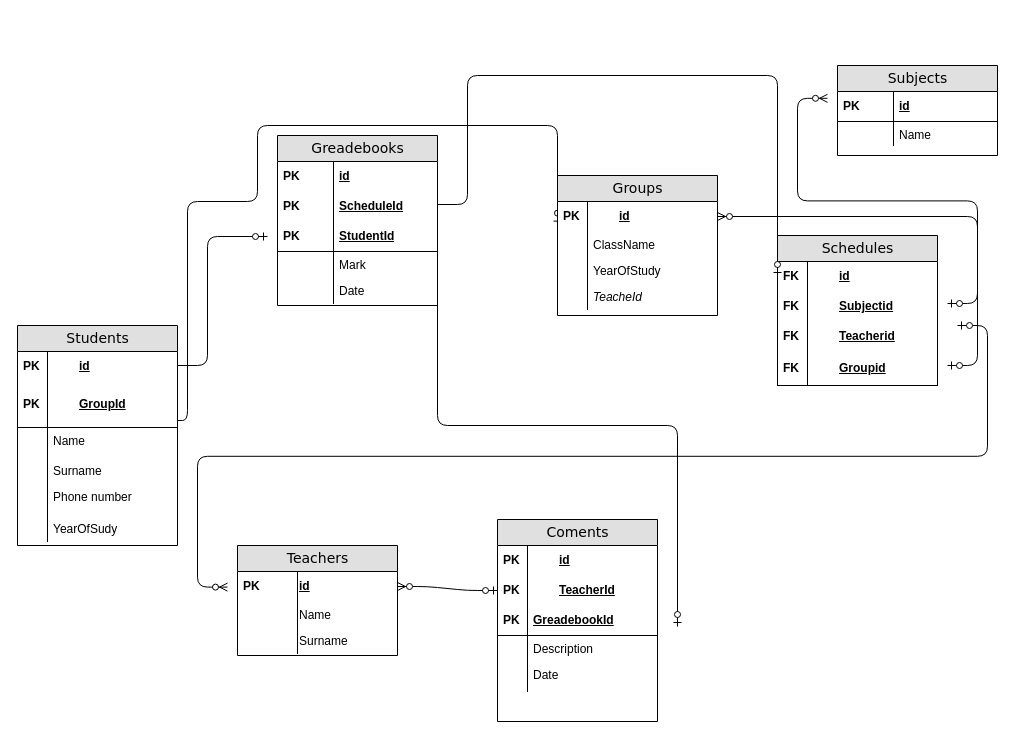
Above: Untitled Diagram.drawio in bilenkobogdan1/-Cisco (draw.io), before the change. Source tidied: cells renumbered, new cells numbered last; positions are measured from the earlier drawing's top-left corner, leaving out a move shared by most shapes. Both pictures are drawn from the tidied source at 100%, with x=0, y=0 at pixel (17, 65).
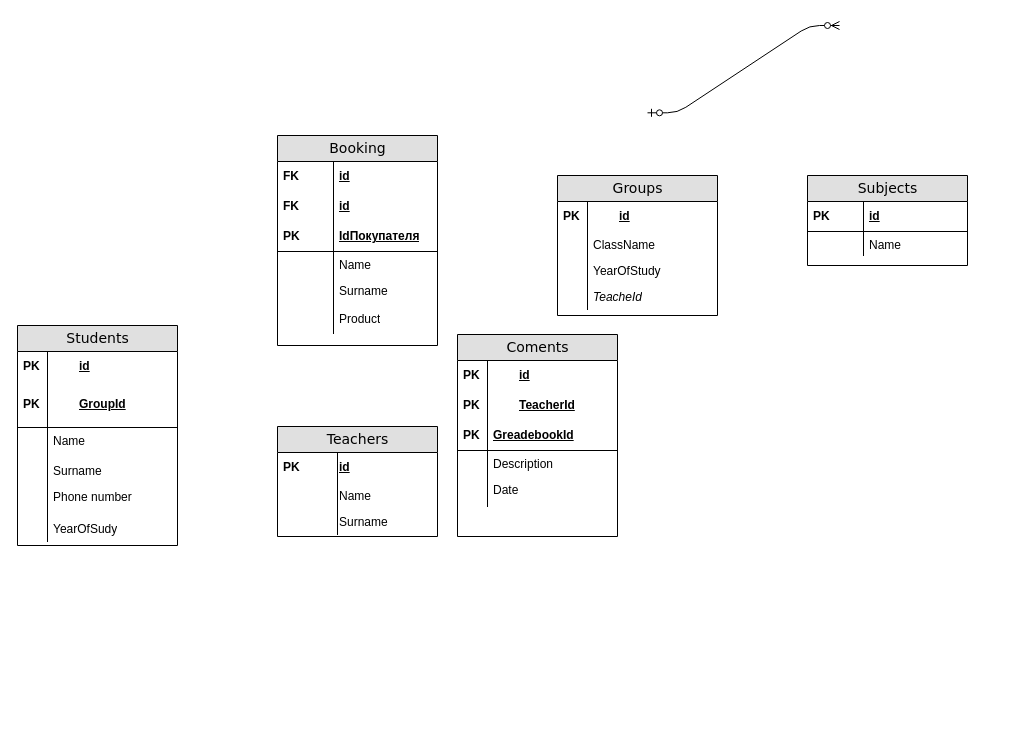
Above is the later version.

The change refers to these unchanged cells:
```xml
<mxCell id="3" value="id" style="shape=partialRectangle;top=0;left=0;right=0;bottom=0;html=1;align=left;verticalAlign=middle;fillColor=none;spacingLeft=60;spacingRight=4;whiteSpace=wrap;overflow=hidden;fontStyle=5;" parent="2" vertex="1">
  <mxGeometry y="26" width="160" height="30" as="geometry" />
</mxCell>
<mxCell id="15" value="id" style="shape=partialRectangle;top=0;left=0;right=0;bottom=0;html=1;align=left;verticalAlign=middle;fillColor=none;spacingLeft=60;spacingRight=4;whiteSpace=wrap;overflow=hidden;points=[[0,0.5],[1,0.5]];portConstraint=eastwest;fontStyle=5;" parent="14" vertex="1">
  <mxGeometry y="26" width="160" height="30" as="geometry" />
</mxCell>
<mxCell id="28" value="TeacherId" style="shape=partialRectangle;top=0;left=0;right=0;bottom=0;html=1;align=left;verticalAlign=middle;fillColor=none;spacingLeft=60;spacingRight=4;whiteSpace=wrap;overflow=hidden;points=[[0,0.5],[1,0.5]];portConstraint=eastwest;fontStyle=5;" parent="25" vertex="1">
  <mxGeometry y="56" width="160" height="30" as="geometry" />
</mxCell>
<mxCell id="37" value="id" style="shape=partialRectangle;top=0;left=0;right=0;bottom=0;html=1;align=left;verticalAlign=middle;fillColor=none;spacingLeft=60;spacingRight=4;whiteSpace=wrap;overflow=hidden;points=[[0,0.5],[1,0.5]];portConstraint=eastwest;fontStyle=5;" parent="36" vertex="1">
  <mxGeometry y="26" width="160" height="30" as="geometry" />
</mxCell>
<mxCell id="44" value="id" style="shape=partialRectangle;top=0;left=0;right=0;bottom=0;html=1;align=left;verticalAlign=middle;fillColor=none;spacingLeft=60;spacingRight=4;whiteSpace=wrap;overflow=hidden;points=[[0,0.5],[1,0.5]];portConstraint=eastwest;fontStyle=5;" parent="43" vertex="1">
  <mxGeometry y="26" width="160" height="30" as="geometry" />
</mxCell>
```

What changed in the source:
```diff
@@
-    <mxCell id="2" value="Greadebooks" style="swimlane;html=1;fontStyle=0;horizontal=1;startSize=26;fillColor=#e0e0e0;swimlaneFillColor=#ffffff;align=center;rounded=0;shadow=0;comic=0;labelBackgroundColor=none;strokeWidth=1;fontFamily=Verdana;fontSize=14;" parent="1" vertex="1">
-      <mxGeometry x="260" y="70" width="160" height="170" as="geometry" />
+    <mxCell id="2" value="Booking" style="swimlane;html=1;fontStyle=0;horizontal=1;startSize=26;fillColor=#e0e0e0;swimlaneFillColor=#ffffff;align=center;rounded=0;shadow=0;comic=0;labelBackgroundColor=none;strokeWidth=1;fontFamily=Verdana;fontSize=14;" parent="1" vertex="1">
+      <mxGeometry x="260" y="70" width="160" height="210" as="geometry" />
     </mxCell>
@@
-    <mxCell id="4" value="PK" style="shape=partialRectangle;fontStyle=1;top=0;left=0;bottom=0;html=1;fillColor=none;align=left;verticalAlign=middle;spacingLeft=4;spacingRight=4;whiteSpace=wrap;overflow=hidden;" parent="3" vertex="1">
+    <mxCell id="4" value="FK" style="shape=partialRectangle;fontStyle=1;top=0;left=0;bottom=0;html=1;fillColor=none;align=left;verticalAlign=middle;spacingLeft=4;spacingRight=4;whiteSpace=wrap;overflow=hidden;" parent="3" vertex="1">
       <mxGeometry width="56" height="30" as="geometry" />
     </mxCell>
-    <mxCell id="5" value="ScheduleId" style="shape=partialRectangle;top=0;left=0;right=0;bottom=0;html=1;align=left;verticalAlign=middle;fillColor=none;spacingLeft=60;spacingRight=4;whiteSpace=wrap;overflow=hidden;fontStyle=5;" parent="2" vertex="1">
+    <mxCell id="5" value="id" style="shape=partialRectangle;top=0;left=0;right=0;bottom=0;html=1;align=left;verticalAlign=middle;fillColor=none;spacingLeft=60;spacingRight=4;whiteSpace=wrap;overflow=hidden;fontStyle=5;" parent="2" vertex="1">
       <mxGeometry y="56" width="160" height="30" as="geometry" />
     </mxCell>
-    <mxCell id="6" value="PK" style="shape=partialRectangle;fontStyle=1;top=0;left=0;bottom=0;html=1;fillColor=none;align=left;verticalAlign=middle;spacingLeft=4;spacingRight=4;whiteSpace=wrap;overflow=hidden;" parent="5" vertex="1">
+    <mxCell id="6" value="FK" style="shape=partialRectangle;fontStyle=1;top=0;left=0;bottom=0;html=1;fillColor=none;align=left;verticalAlign=middle;spacingLeft=4;spacingRight=4;whiteSpace=wrap;overflow=hidden;" parent="5" vertex="1">
       <mxGeometry width="56" height="30" as="geometry" />
     </mxCell>
-    <mxCell id="7" style="edgeStyle=orthogonalEdgeStyle;html=1;endArrow=ERzeroToOne;endFill=1;labelBackgroundColor=none;fontFamily=Verdana;fontSize=14;entryX=0;entryY=0.787;entryDx=0;entryDy=0;entryPerimeter=0;" parent="2" edge="1" target="15">
-      <mxGeometry relative="1" as="geometry">
-        <mxPoint x="-100" y="285" as="sourcePoint" />
-        <Array as="points">
-          <mxPoint x="-90" y="285" />
-          <mxPoint x="-90" y="66" />
-          <mxPoint x="-20" y="66" />
-          <mxPoint x="-20" y="-10" />
-          <mxPoint x="280" y="-10" />
-        </Array>
-      </mxGeometry>
-    </mxCell>
-    <mxCell id="8" value="StudentId" style="shape=partialRectangle;top=0;left=0;right=0;bottom=1;html=1;align=left;verticalAlign=middle;fillColor=none;spacingLeft=60;spacingRight=4;whiteSpace=wrap;overflow=hidden;fontStyle=5;" parent="2" vertex="1">
+    <mxCell id="8" value="IdПокупателя" style="shape=partialRectangle;top=0;left=0;right=0;bottom=1;html=1;align=left;verticalAlign=middle;fillColor=none;spacingLeft=60;spacingRight=4;whiteSpace=wrap;overflow=hidden;fontStyle=5;" parent="2" vertex="1">
       <mxGeometry y="86" width="160" height="30" as="geometry" />
     </mxCell>
@@
-    <mxCell id="10" value="Mark" style="shape=partialRectangle;top=0;left=0;right=0;bottom=0;html=1;align=left;verticalAlign=top;fillColor=none;spacingLeft=60;spacingRight=4;whiteSpace=wrap;overflow=hidden;" parent="2" vertex="1">
+    <mxCell id="10" value="Name" style="shape=partialRectangle;top=0;left=0;right=0;bottom=0;html=1;align=left;verticalAlign=top;fillColor=none;spacingLeft=60;spacingRight=4;whiteSpace=wrap;overflow=hidden;" parent="2" vertex="1">
       <mxGeometry y="116" width="160" height="26" as="geometry" />
     </mxCell>
@@
-    <mxCell id="12" value="Date" style="shape=partialRectangle;top=0;left=0;right=0;bottom=0;html=1;align=left;verticalAlign=top;fillColor=none;spacingLeft=60;spacingRight=4;whiteSpace=wrap;overflow=hidden;" parent="2" vertex="1">
-      <mxGeometry y="142" width="160" height="26" as="geometry" />
+    <mxCell id="12" value="Surname" style="shape=partialRectangle;top=0;left=0;right=0;bottom=0;html=1;align=left;verticalAlign=top;fillColor=none;spacingLeft=60;spacingRight=4;whiteSpace=wrap;overflow=hidden;" parent="2" vertex="1">
+      <mxGeometry y="142" width="160" height="28" as="geometry" />
     </mxCell>
     <mxCell id="13" style="shape=partialRectangle;top=0;left=0;bottom=0;html=1;fillColor=none;align=left;verticalAlign=top;spacingLeft=4;spacingRight=4;whiteSpace=wrap;overflow=hidden;" parent="12" vertex="1">
-      <mxGeometry width="56" height="26" as="geometry" />
+      <mxGeometry width="56" height="28" as="geometry" />
     </mxCell>
+    <mxCell id="77" value="Product" style="shape=partialRectangle;top=0;left=0;right=0;bottom=0;html=1;align=left;verticalAlign=top;fillColor=none;spacingLeft=60;spacingRight=4;whiteSpace=wrap;overflow=hidden;" parent="2" vertex="1">
+      <mxGeometry y="170" width="160" height="28" as="geometry" />
+    </mxCell>
+    <mxCell id="78" style="shape=partialRectangle;top=0;left=0;bottom=0;html=1;fillColor=none;align=left;verticalAlign=top;spacingLeft=4;spacingRight=4;whiteSpace=wrap;overflow=hidden;" parent="77" vertex="1">
+      <mxGeometry width="56" height="28" as="geometry" />
+    </mxCell>
@@
     <mxCell id="25" value="Coments" style="swimlane;html=1;fontStyle=0;horizontal=1;startSize=26;fillColor=#e0e0e0;swimlaneFillColor=#ffffff;align=center;rounded=0;shadow=0;comic=0;labelBackgroundColor=none;strokeWidth=1;fontFamily=Verdana;fontSize=14;" parent="1" vertex="1">
-      <mxGeometry x="480" y="454" width="160" height="202" as="geometry" />
+      <mxGeometry x="440" y="269" width="160" height="202" as="geometry" />
     </mxCell>
@@
     <mxCell id="36" value="Teachers" style="swimlane;html=1;fontStyle=0;horizontal=1;startSize=26;fillColor=#e0e0e0;swimlaneFillColor=#ffffff;align=center;rounded=0;shadow=0;comic=0;labelBackgroundColor=none;strokeWidth=1;fontFamily=Verdana;fontSize=14;" parent="1" vertex="1">
-      <mxGeometry x="220" y="480" width="160" height="110" as="geometry" />
+      <mxGeometry x="260" y="361" width="160" height="110" as="geometry" />
     </mxCell>
@@
     <mxCell id="56" value="Subjects" style="swimlane;html=1;fontStyle=0;horizontal=1;startSize=26;fillColor=#e0e0e0;swimlaneFillColor=#ffffff;align=center;rounded=0;shadow=0;comic=0;labelBackgroundColor=none;strokeWidth=1;fontFamily=Verdana;fontSize=14;" parent="1" vertex="1">
-      <mxGeometry x="820" width="160" height="90" as="geometry" />
+      <mxGeometry x="790" y="110" width="160" height="90" as="geometry" />
     </mxCell>
@@
-    <mxCell id="61" value="Schedules" style="swimlane;html=1;fontStyle=0;horizontal=1;startSize=26;fillColor=#e0e0e0;swimlaneFillColor=#ffffff;align=center;rounded=0;shadow=0;comic=0;labelBackgroundColor=none;strokeWidth=1;fontFamily=Verdana;fontSize=14;" parent="1" vertex="1">
-      <mxGeometry x="760" y="170" width="160" height="150" as="geometry" />
-    </mxCell>
-    <mxCell id="62" value="id" style="shape=partialRectangle;top=0;left=0;right=0;bottom=0;html=1;align=left;verticalAlign=middle;fillColor=none;spacingLeft=60;spacingRight=4;whiteSpace=wrap;overflow=hidden;points=[[0,0.5],[1,0.5]];portConstraint=eastwest;fontStyle=5;" parent="61" vertex="1">
-      <mxGeometry y="26" width="160" height="30" as="geometry" />
-    </mxCell>
-    <mxCell id="63" value="FK" style="shape=partialRectangle;fontStyle=1;top=0;left=0;bottom=0;html=1;fillColor=none;align=left;verticalAlign=middle;spacingLeft=4;spacingRight=4;whiteSpace=wrap;overflow=hidden;" parent="62" vertex="1">
-      <mxGeometry width="30" height="30" as="geometry" />
-    </mxCell>
-    <mxCell id="64" value="Subjectid" style="shape=partialRectangle;top=0;left=0;right=0;bottom=0;html=1;align=left;verticalAlign=middle;fillColor=none;spacingLeft=60;spacingRight=4;whiteSpace=wrap;overflow=hidden;fontStyle=5;" parent="61" vertex="1">
-      <mxGeometry y="56" width="160" height="30" as="geometry" />
-    </mxCell>
-    <mxCell id="65" value="FK" style="shape=partialRectangle;fontStyle=1;top=0;left=0;bottom=0;html=1;fillColor=none;align=left;verticalAlign=middle;spacingLeft=4;spacingRight=4;whiteSpace=wrap;overflow=hidden;" parent="64" vertex="1">
-      <mxGeometry width="30" height="30" as="geometry" />
-    </mxCell>
-    <mxCell id="66" value="Teacherid" style="shape=partialRectangle;top=0;left=0;right=0;bottom=0;html=1;align=left;verticalAlign=middle;fillColor=none;spacingLeft=60;spacingRight=4;whiteSpace=wrap;overflow=hidden;fontStyle=5;" parent="61" vertex="1">
-      <mxGeometry y="86" width="160" height="30" as="geometry" />
-    </mxCell>
-    <mxCell id="67" value="FK" style="shape=partialRectangle;fontStyle=1;top=0;left=0;bottom=0;html=1;fillColor=none;align=left;verticalAlign=middle;spacingLeft=4;spacingRight=4;whiteSpace=wrap;overflow=hidden;" parent="66" vertex="1">
-      <mxGeometry width="30" height="30" as="geometry" />
-    </mxCell>
-    <mxCell id="68" value="Groupid" style="shape=partialRectangle;top=0;left=0;right=0;bottom=1;html=1;align=left;verticalAlign=middle;fillColor=none;spacingLeft=60;spacingRight=4;whiteSpace=wrap;overflow=hidden;fontStyle=5;" parent="61" vertex="1">
-      <mxGeometry y="116" width="160" height="34" as="geometry" />
-    </mxCell>
-    <mxCell id="69" value="FK" style="shape=partialRectangle;fontStyle=1;top=0;left=0;bottom=0;html=1;fillColor=none;align=left;verticalAlign=middle;spacingLeft=4;spacingRight=4;whiteSpace=wrap;overflow=hidden;" parent="68" vertex="1">
-      <mxGeometry width="30" height="34" as="geometry" />
-    </mxCell>
-    <mxCell id="70" style="edgeStyle=entityRelationEdgeStyle;html=1;endArrow=ERzeroToMany;startArrow=ERzeroToOne;labelBackgroundColor=none;fontFamily=Verdana;fontSize=14;exitX=1;exitY=0.5;" parent="1" edge="1">
-      <mxGeometry relative="1" as="geometry">
-        <mxPoint x="930" y="238" as="sourcePoint" />
-        <mxPoint x="810" y="32.8" as="targetPoint" />
-      </mxGeometry>
-    </mxCell>
-    <mxCell id="71" style="edgeStyle=entityRelationEdgeStyle;html=1;endArrow=ERzeroToMany;startArrow=ERzeroToOne;labelBackgroundColor=none;fontFamily=Verdana;fontSize=14;exitX=0;exitY=0.5;exitDx=0;exitDy=0;entryX=1;entryY=0.5;entryDx=0;entryDy=0;" parent="1" edge="1" source="28" target="37">
-      <mxGeometry relative="1" as="geometry" />
-    </mxCell>
-    <mxCell id="72" style="edgeStyle=entityRelationEdgeStyle;html=1;endArrow=ERzeroToMany;startArrow=ERzeroToOne;labelBackgroundColor=none;fontFamily=Verdana;fontSize=14;exitX=1;exitY=0.5;" parent="1" edge="1">
-      <mxGeometry relative="1" as="geometry">
-        <mxPoint x="940" y="260" as="sourcePoint" />
-        <mxPoint x="210" y="521.6" as="targetPoint" />
-      </mxGeometry>
-    </mxCell>
-    <mxCell id="73" style="edgeStyle=entityRelationEdgeStyle;html=1;endArrow=ERzeroToMany;startArrow=ERzeroToOne;labelBackgroundColor=none;fontFamily=Verdana;fontSize=14;exitX=1;exitY=0.5;" parent="1" edge="1" target="15">
-      <mxGeometry relative="1" as="geometry">
-        <mxPoint x="930" y="300" as="sourcePoint" />
-      </mxGeometry>
-    </mxCell>
-    <mxCell id="74" style="edgeStyle=orthogonalEdgeStyle;html=1;endArrow=ERzeroToOne;endFill=1;labelBackgroundColor=none;fontFamily=Verdana;fontSize=14;" parent="1" edge="1" source="44">
-      <mxGeometry relative="1" as="geometry">
-        <mxPoint x="250" y="171" as="targetPoint" />
-        <Array as="points">
-          <mxPoint x="190" y="300" />
-          <mxPoint x="190" y="171" />
-        </Array>
-      </mxGeometry>
-    </mxCell>
-    <mxCell id="75" style="edgeStyle=orthogonalEdgeStyle;html=1;endArrow=ERzeroToOne;endFill=1;labelBackgroundColor=none;fontFamily=Verdana;fontSize=14;entryX=0;entryY=0.5;entryDx=0;entryDy=0;" parent="1" edge="1" target="62">
-      <mxGeometry relative="1" as="geometry">
-        <mxPoint x="420" y="139" as="sourcePoint" />
-        <Array as="points">
-          <mxPoint x="450" y="139" />
-          <mxPoint x="450" y="10" />
-          <mxPoint x="760" y="10" />
-        </Array>
-      </mxGeometry>
-    </mxCell>
-    <mxCell id="76" style="edgeStyle=orthogonalEdgeStyle;html=1;endArrow=ERzeroToOne;endFill=1;labelBackgroundColor=none;fontFamily=Verdana;fontSize=14;entryX=0;entryY=0.5;entryDx=0;entryDy=0;" parent="1" edge="1">
-      <mxGeometry relative="1" as="geometry">
-        <mxPoint x="420" y="100" as="sourcePoint" />
-        <mxPoint x="660" y="561" as="targetPoint" />
-        <Array as="points">
-          <mxPoint x="420" y="360" />
-          <mxPoint x="660" y="360" />
-        </Array>
-      </mxGeometry>
-    </mxCell>
+    <mxCell id="79" style="edgeStyle=entityRelationEdgeStyle;html=1;endArrow=ERzeroToMany;startArrow=ERzeroToOne;labelBackgroundColor=none;fontFamily=Verdana;fontSize=14;exitX=0.925;exitY=0.159;exitDx=0;exitDy=0;exitPerimeter=0;" parent="1" edge="1">
+      <mxGeometry relative="1" as="geometry">
+        <mxPoint x="630" y="47.3" as="sourcePoint" />
+        <mxPoint x="822" y="-40" as="targetPoint" />
+      </mxGeometry>
+    </mxCell>
```
